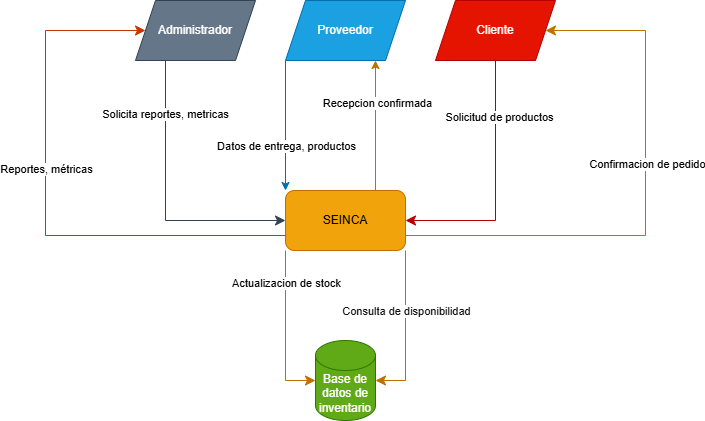
Before: src/docs/diagrams/current_system/DFD0.drawio.png, a diagram exported from draw.io (Rafa-x64/QuickStock---Inventory-Sales-Management-System-for-Shoe-Stores). Source tidied: cells renumbered, new cells last; positions are measured from the earlier drawing's top-left corner, leaving out a move shared by most shapes.
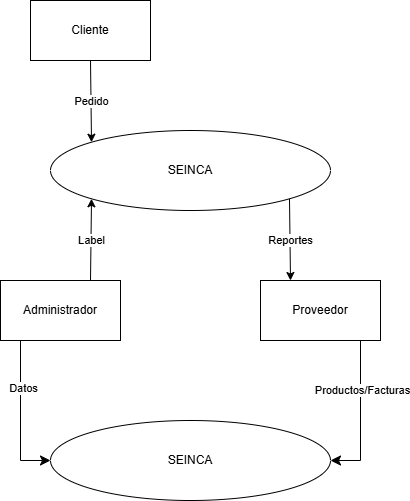
After the change.

Commit message:
diagramas de flujo de nivel 1 y nivel 0 del sistema actual realizados pendiente realizar los diagramas de casos de uso, componentes, clases, y diagrama de arquitectura general

Diff of the diagram source:
```diff
@@ -2,102 +2,58 @@
   <root>
     <mxCell id="0" />
     <mxCell id="1" parent="0" />
-    <mxCell id="2" value="SEINCA" style="rounded=1;whiteSpace=wrap;html=1;fillColor=#f0a30a;strokeColor=#BD7000;fontColor=#000000;" parent="1" vertex="1">
-      <mxGeometry x="240" y="190" width="120" height="60" as="geometry" />
-    </mxCell>
+    <mxCell id="22" value="Administrador" style="rounded=0;whiteSpace=wrap;html=1;" parent="1" vertex="1">
+      <mxGeometry x="50" y="180" width="120" height="60" as="geometry" />
+    </mxCell>
+    <mxCell id="4" value="Cliente" style="rounded=0;whiteSpace=wrap;html=1;" parent="1" vertex="1">
+      <mxGeometry x="80" y="-100" width="120" height="60" as="geometry" />
+    </mxCell>
-    <mxCell id="3" value="Proveedor" style="shape=parallelogram;perimeter=parallelogramPerimeter;whiteSpace=wrap;html=1;fixedSize=1;fillColor=#1ba1e2;strokeColor=#006EAF;fontColor=#ffffff;" parent="1" vertex="1">
-      <mxGeometry x="240" width="120" height="60" as="geometry" />
+    <mxCell id="3" value="Proveedor" style="rounded=0;whiteSpace=wrap;html=1;" parent="1" vertex="1">
+      <mxGeometry x="310" y="180" width="120" height="60" as="geometry" />
     </mxCell>
-    <mxCell id="4" value="Cliente" style="shape=parallelogram;perimeter=parallelogramPerimeter;whiteSpace=wrap;html=1;fixedSize=1;fillColor=#e51400;strokeColor=#B20000;fontColor=#ffffff;" parent="1" vertex="1">
-      <mxGeometry x="390" width="120" height="60" as="geometry" />
-    </mxCell>
-    <mxCell id="5" value="Base de datos de inventario" style="shape=cylinder3;whiteSpace=wrap;html=1;boundedLbl=1;backgroundOutline=1;size=15;fillColor=#60a917;fontColor=#ffffff;strokeColor=#2D7600;" parent="1" vertex="1">
-      <mxGeometry x="270" y="340" width="60" height="80" as="geometry" />
-    </mxCell>
-    <mxCell id="6" style="edgeStyle=elbowEdgeStyle;elbow=horizontal;endArrow=classic;html=1;curved=0;rounded=0;endSize=8;startSize=8;entryX=1;entryY=0.5;entryDx=0;entryDy=0;exitX=0.5;exitY=1;exitDx=0;exitDy=0;fillColor=#e51400;strokeColor=#B20000;" parent="1" edge="1" source="4" target="2">
-      <mxGeometry relative="1" as="geometry">
-        <Array as="points">
-          <mxPoint x="450" y="170" />
-        </Array>
-      </mxGeometry>
-    </mxCell>
-    <mxCell id="7" value="Solicitud de productos" style="edgeLabel;html=1;align=center;verticalAlign=middle;" parent="6" vertex="1">
-      <mxGeometry x="-0.46" y="3" relative="1" as="geometry">
-        <mxPoint y="-12" as="offset" />
-      </mxGeometry>
-    </mxCell>
-    <mxCell id="8" style="edgeStyle=elbowEdgeStyle;elbow=horizontal;endArrow=classic;html=1;curved=0;rounded=0;endSize=8;startSize=8;entryX=0;entryY=0.5;entryDx=0;entryDy=0;entryPerimeter=0;exitX=0;exitY=1;exitDx=0;exitDy=0;fillColor=#f0a30a;strokeColor=#BD7000;" parent="1" edge="1" source="2" target="5">
-      <mxGeometry relative="1" as="geometry">
-        <Array as="points">
-          <mxPoint x="240" y="330" />
-        </Array>
-      </mxGeometry>
-    </mxCell>
-    <mxCell id="9" value="Actualizacion de stock" style="edgeLabel;html=1;align=center;verticalAlign=middle;" parent="8" vertex="1">
-      <mxGeometry x="-0.55" y="-1" relative="1" as="geometry">
-        <mxPoint x="1" y="-4" as="offset" />
-      </mxGeometry>
-    </mxCell>
-    <mxCell id="10" style="edgeStyle=elbowEdgeStyle;elbow=horizontal;endArrow=classic;html=1;curved=0;rounded=0;endSize=8;startSize=8;exitX=1;exitY=1;exitDx=0;exitDy=0;entryX=1;entryY=0.5;entryDx=0;entryDy=0;entryPerimeter=0;fillColor=#f0a30a;strokeColor=#BD7000;" parent="1" edge="1" source="2" target="5">
-      <mxGeometry relative="1" as="geometry">
-        <Array as="points">
-          <mxPoint x="360" y="320" />
-        </Array>
-      </mxGeometry>
-    </mxCell>
-    <mxCell id="11" value="&lt;font color=&quot;#121212&quot;&gt;Consulta de disponibilidad&lt;/font&gt;" style="edgeLabel;html=1;align=center;verticalAlign=middle;" parent="10" vertex="1">
-      <mxGeometry x="-0.36" relative="1" as="geometry">
-        <mxPoint y="9" as="offset" />
-      </mxGeometry>
-    </mxCell>
-    <mxCell id="12" value="Administrador" style="shape=parallelogram;perimeter=parallelogramPerimeter;whiteSpace=wrap;html=1;fixedSize=1;fillColor=#647687;strokeColor=#314354;fontColor=#ffffff;" parent="1" vertex="1">
-      <mxGeometry x="90" width="120" height="60" as="geometry" />
-    </mxCell>
-    <mxCell id="13" style="endArrow=classic;html=1;exitX=0;exitY=1;exitDx=0;exitDy=0;entryX=0;entryY=0;entryDx=0;entryDy=0;fillColor=#1ba1e2;strokeColor=#006EAF;" parent="1" edge="1" source="3" target="2">
-      <mxGeometry relative="1" as="geometry" />
-    </mxCell>
-    <mxCell id="14" value="Datos de entrega, productos" style="edgeLabel;html=1;align=center;verticalAlign=middle;" parent="13" vertex="1">
-      <mxGeometry x="-0.05" relative="1" as="geometry">
-        <mxPoint y="23" as="offset" />
-      </mxGeometry>
-    </mxCell>
-    <mxCell id="15" style="edgeStyle=elbowEdgeStyle;elbow=horizontal;endArrow=classic;html=1;curved=0;rounded=0;endSize=8;startSize=8;exitX=0.25;exitY=1;exitDx=0;exitDy=0;entryX=0;entryY=0.5;entryDx=0;entryDy=0;fillColor=#647687;strokeColor=#314354;" parent="1" edge="1" source="12" target="2">
-      <mxGeometry relative="1" as="geometry">
-        <Array as="points">
-          <mxPoint x="120" y="180" />
-        </Array>
-      </mxGeometry>
-    </mxCell>
-    <mxCell id="16" value="Solicita reportes, metricas" style="edgeLabel;html=1;align=center;verticalAlign=middle;" parent="15" vertex="1">
-      <mxGeometry x="-0.62" y="-1" relative="1" as="geometry">
-        <mxPoint y="-1" as="offset" />
-      </mxGeometry>
-    </mxCell>
-    <mxCell id="17" style="edgeStyle=elbowEdgeStyle;elbow=horizontal;endArrow=classic;html=1;curved=0;rounded=0;endSize=8;startSize=8;exitX=0;exitY=0.75;exitDx=0;exitDy=0;entryX=0;entryY=0.5;entryDx=0;entryDy=0;fillColor=#fa6800;strokeColor=#C73500;" parent="1" edge="1" source="2" target="12">
-      <mxGeometry relative="1" as="geometry">
-        <Array as="points">
-          <mxPoint y="170" />
-        </Array>
-      </mxGeometry>
-    </mxCell>
-    <mxCell id="18" value="Reportes, métricas" style="edgeLabel;html=1;align=center;verticalAlign=middle;" parent="17" vertex="1">
-      <mxGeometry x="0.13" relative="1" as="geometry" />
-    </mxCell>
-    <mxCell id="19" style="edgeStyle=elbowEdgeStyle;elbow=horizontal;endArrow=classic;html=1;curved=0;rounded=0;endSize=8;startSize=8;exitX=1;exitY=0.75;exitDx=0;exitDy=0;entryX=1;entryY=0.5;entryDx=0;entryDy=0;fillColor=#f0a30a;strokeColor=#BD7000;" parent="1" edge="1" source="2" target="4">
-      <mxGeometry relative="1" as="geometry">
-        <Array as="points">
-          <mxPoint x="600" y="160" />
-        </Array>
-      </mxGeometry>
-    </mxCell>
-    <mxCell id="20" value="Confirmacion de pedido" style="edgeLabel;html=1;align=center;verticalAlign=middle;" parent="19" vertex="1">
-      <mxGeometry x="0.14" y="-1" relative="1" as="geometry" />
-    </mxCell>
-    <mxCell id="21" style="endArrow=classic;html=1;exitX=0.75;exitY=0;exitDx=0;exitDy=0;entryX=0.75;entryY=1;entryDx=0;entryDy=0;fillColor=#f0a30a;strokeColor=#BD7000;" parent="1" edge="1" source="2" target="3">
-      <mxGeometry relative="1" as="geometry" />
-    </mxCell>
-    <mxCell id="22" value="Recepcion confirmada" style="edgeLabel;html=1;align=center;verticalAlign=middle;points=[];" parent="21" vertex="1">
-      <mxGeometry x="0.35" y="-1" relative="1" as="geometry" />
-    </mxCell>
+    <mxCell id="23" value="SEINCA" style="ellipse;whiteSpace=wrap;html=1;" parent="1" vertex="1">
+      <mxGeometry x="100" y="30" width="280" height="80" as="geometry" />
+    </mxCell>
+    <mxCell id="24" style="endArrow=classic;html=1;exitX=0.5;exitY=1;exitDx=0;exitDy=0;entryX=0;entryY=0;entryDx=0;entryDy=0;" parent="1" edge="1" source="4" target="23">
+      <mxGeometry relative="1" as="geometry" />
+    </mxCell>
+    <mxCell id="25" value="Pedido" style="edgeLabel;html=1;align=center;verticalAlign=middle;" parent="24" vertex="1">
+      <mxGeometry relative="1" as="geometry" />
+    </mxCell>
+    <mxCell id="26" style="endArrow=classic;html=1;exitX=1;exitY=1;exitDx=0;exitDy=0;entryX=0.25;entryY=0;entryDx=0;entryDy=0;" parent="1" edge="1" source="23" target="3">
+      <mxGeometry relative="1" as="geometry" />
+    </mxCell>
+    <mxCell id="27" value="Reportes" style="edgeLabel;html=1;align=center;verticalAlign=middle;" parent="26" vertex="1">
+      <mxGeometry relative="1" as="geometry" />
+    </mxCell>
+    <mxCell id="28" style="edgeStyle=elbowEdgeStyle;elbow=horizontal;endArrow=classic;html=1;curved=0;rounded=0;endSize=8;startSize=8;exitX=0.75;exitY=1;exitDx=0;exitDy=0;entryX=1;entryY=0.5;entryDx=0;entryDy=0;" parent="1" edge="1" source="3" target="30">
+      <mxGeometry relative="1" as="geometry">
+        <Array as="points">
+          <mxPoint x="410" y="290" />
+        </Array>
+      </mxGeometry>
+    </mxCell>
+    <mxCell id="29" value="Productos/Facturas" style="edgeLabel;html=1;align=center;verticalAlign=middle;" parent="28" vertex="1">
+      <mxGeometry x="-0.26" y="1" relative="1" as="geometry" />
+    </mxCell>
+    <mxCell id="30" value="SEINCA" style="ellipse;whiteSpace=wrap;html=1;" parent="1" vertex="1">
+      <mxGeometry x="100" y="320" width="280" height="80" as="geometry" />
+    </mxCell>
+    <mxCell id="31" style="edgeStyle=elbowEdgeStyle;elbow=horizontal;endArrow=classic;html=1;curved=0;rounded=0;endSize=8;startSize=8;exitX=0.25;exitY=1;exitDx=0;exitDy=0;entryX=0;entryY=0.5;entryDx=0;entryDy=0;" parent="1" edge="1" source="22" target="30">
+      <mxGeometry relative="1" as="geometry">
+        <Array as="points">
+          <mxPoint x="70" y="300" />
+        </Array>
+      </mxGeometry>
+    </mxCell>
+    <mxCell id="32" value="Datos" style="edgeLabel;html=1;align=center;verticalAlign=middle;" parent="31" vertex="1">
+      <mxGeometry x="-0.28" y="2" relative="1" as="geometry" />
+    </mxCell>
+    <mxCell id="33" style="endArrow=classic;html=1;exitX=0.75;exitY=0;exitDx=0;exitDy=0;entryX=0;entryY=1;entryDx=0;entryDy=0;" parent="1" edge="1" source="22" target="23">
+      <mxGeometry relative="1" as="geometry" />
+    </mxCell>
+    <mxCell id="34" value="Label" style="edgeLabel;html=1;align=center;verticalAlign=middle;" parent="33" vertex="1">
+      <mxGeometry relative="1" as="geometry" />
+    </mxCell>
   </root>
 </mxGraphModel>
```
